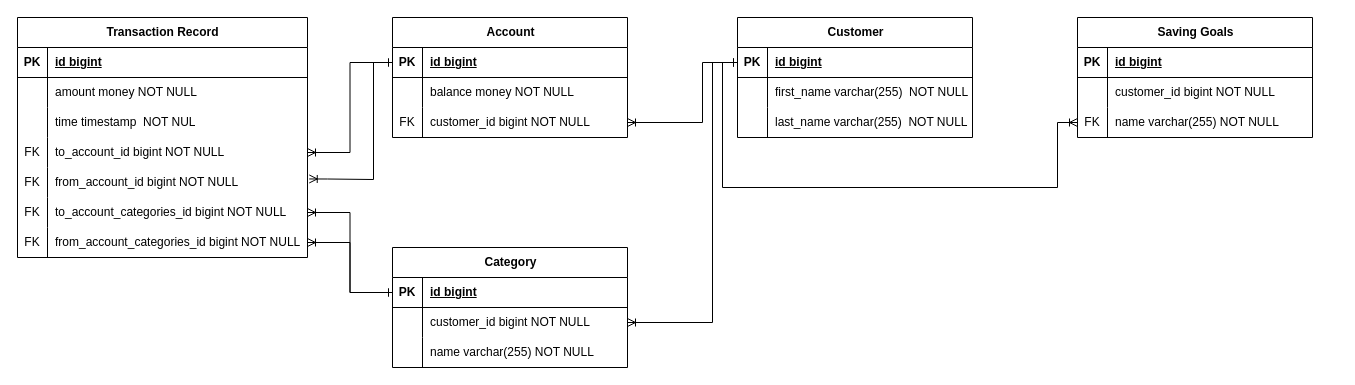
This is Untitled Diagram.drawio from jingyuan-git/CS-Notes, a draw.io file, before an edit. Source tidied: cells renumbered, new cells numbered last; positions are measured from the earlier drawing's top-left corner, leaving out a move shared by most shapes. Both pictures are drawn from the tidied source at 100%, with x=0, y=0 at pixel (17, 17).
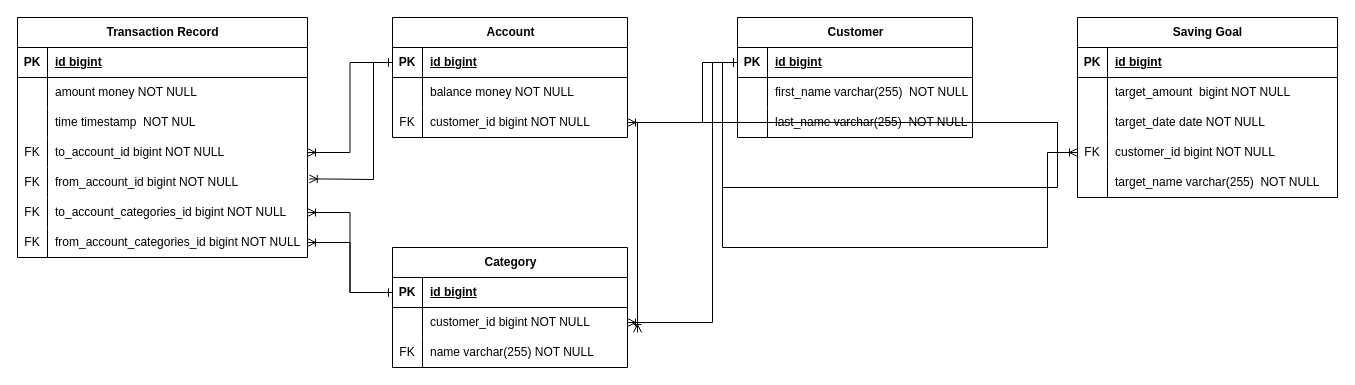
The same diagram, later.

The change refers to these unchanged cells:
```xml
<mxCell id="37" style="shape=tableRow;horizontal=0;startSize=0;swimlaneHead=0;swimlaneBody=0;fillColor=none;points=[[0,0.5],[1,0.5]];portConstraint=eastwest;top=0;left=0;right=0;bottom=1;" parent="36" vertex="1">
  <mxGeometry y="30" width="235" height="30" as="geometry" />
</mxCell>
<mxCell id="54" style="shape=tableRow;horizontal=0;startSize=0;swimlaneHead=0;swimlaneBody=0;fillColor=none;top=0;left=0;right=0;bottom=0;" parent="47" vertex="1">
  <mxGeometry y="90" width="235" height="30" as="geometry" />
</mxCell>
```

The edit, as a diff of the source:
```diff
@@
-    <mxCell id="55" style="shape=partialRectangle;fillColor=none;top=0;left=0;bottom=0;right=0;overflow=hidden;whiteSpace=wrap;html=1;" parent="54" vertex="1">
+    <mxCell id="55" value="FK" style="shape=partialRectangle;fillColor=none;top=0;left=0;bottom=0;right=0;overflow=hidden;whiteSpace=wrap;html=1;" parent="54" vertex="1">
       <mxGeometry width="30" height="30" as="geometry" />
     </mxCell>
@@
-    <mxCell id="57" value="Saving Goals" style="shape=table;startSize=30;childLayout=tableLayout;rowLines=0;fontStyle=1;align=center;html=1;" parent="1" vertex="1">
-      <mxGeometry x="1060" width="235" height="120" as="geometry" />
+    <mxCell id="57" value="Saving Goal" style="shape=table;startSize=30;childLayout=tableLayout;rowLines=0;fontStyle=1;align=center;html=1;" parent="1" vertex="1">
+      <mxGeometry x="1060" width="260" height="180" as="geometry" />
     </mxCell>
     <mxCell id="58" style="shape=tableRow;horizontal=0;startSize=0;swimlaneHead=0;swimlaneBody=0;fillColor=none;top=0;left=0;right=0;bottom=1;" parent="57" vertex="1">
-      <mxGeometry y="30" width="235" height="30" as="geometry" />
+      <mxGeometry y="30" width="260" height="30" as="geometry" />
     </mxCell>
@@
     <mxCell id="60" value="id bigint" style="shape=partialRectangle;fillColor=none;top=0;left=0;bottom=0;right=0;align=left;spacingLeft=6;fontStyle=5;overflow=hidden;whiteSpace=wrap;html=1;" parent="58" vertex="1">
-      <mxGeometry x="30" width="205" height="30" as="geometry" />
+      <mxGeometry x="30" width="230" height="30" as="geometry" />
     </mxCell>
     <mxCell id="61" style="shape=tableRow;horizontal=0;startSize=0;swimlaneHead=0;swimlaneBody=0;fillColor=none;top=0;left=0;right=0;bottom=0;" parent="57" vertex="1">
-      <mxGeometry y="60" width="235" height="30" as="geometry" />
+      <mxGeometry y="60" width="260" height="30" as="geometry" />
     </mxCell>
@@
-    <mxCell id="63" value="customer_id bigint NOT NULL" style="shape=partialRectangle;fillColor=none;top=0;left=0;bottom=0;right=0;align=left;spacingLeft=6;overflow=hidden;whiteSpace=wrap;html=1;" parent="61" vertex="1">
-      <mxGeometry x="30" width="205" height="30" as="geometry" />
+    <mxCell id="63" value="target_amount&amp;nbsp; bigint NOT NULL" style="shape=partialRectangle;fillColor=none;top=0;left=0;bottom=0;right=0;align=left;spacingLeft=6;overflow=hidden;whiteSpace=wrap;html=1;" parent="61" vertex="1">
+      <mxGeometry x="30" width="230" height="30" as="geometry" />
     </mxCell>
-    <mxCell id="64" style="shape=tableRow;horizontal=0;startSize=0;swimlaneHead=0;swimlaneBody=0;fillColor=none;points=[[0,0.5],[1,0.5]];portConstraint=eastwest;top=0;left=0;right=0;bottom=0;" parent="57" vertex="1">
-      <mxGeometry y="90" width="235" height="30" as="geometry" />
-    </mxCell>
+    <mxCell id="71" style="shape=tableRow;horizontal=0;startSize=0;swimlaneHead=0;swimlaneBody=0;fillColor=none;top=0;left=0;right=0;bottom=0;" parent="57" vertex="1">
+      <mxGeometry y="90" width="260" height="30" as="geometry" />
+    </mxCell>
+    <mxCell id="72" style="shape=partialRectangle;fillColor=none;top=0;left=0;bottom=0;right=0;overflow=hidden;whiteSpace=wrap;html=1;" parent="71" vertex="1">
+      <mxGeometry width="30" height="30" as="geometry" />
+    </mxCell>
+    <mxCell id="73" value="target_date date NOT NULL" style="shape=partialRectangle;fillColor=none;top=0;left=0;bottom=0;right=0;align=left;spacingLeft=6;overflow=hidden;whiteSpace=wrap;html=1;" parent="71" vertex="1">
+      <mxGeometry x="30" width="230" height="30" as="geometry" />
+    </mxCell>
+    <mxCell id="74" style="shape=tableRow;horizontal=0;startSize=0;swimlaneHead=0;swimlaneBody=0;fillColor=none;points=[[0,0.5],[1,0.5]];portConstraint=eastwest;top=0;left=0;right=0;bottom=0;" parent="57" vertex="1">
+      <mxGeometry y="120" width="260" height="30" as="geometry" />
+    </mxCell>
-    <mxCell id="65" value="FK" style="shape=partialRectangle;fillColor=none;top=0;left=0;bottom=0;right=0;overflow=hidden;whiteSpace=wrap;html=1;" parent="64" vertex="1">
+    <mxCell id="65" value="FK" style="shape=partialRectangle;fillColor=none;top=0;left=0;bottom=0;right=0;overflow=hidden;whiteSpace=wrap;html=1;" parent="74" vertex="1">
       <mxGeometry width="30" height="30" as="geometry" />
     </mxCell>
-    <mxCell id="66" value="name varchar(255) NOT NULL" style="shape=partialRectangle;fillColor=none;top=0;left=0;bottom=0;right=0;align=left;spacingLeft=6;overflow=hidden;whiteSpace=wrap;html=1;" parent="64" vertex="1">
-      <mxGeometry x="30" width="205" height="30" as="geometry" />
-    </mxCell>
+    <mxCell id="75" value="customer_id bigint NOT NULL" style="shape=partialRectangle;fillColor=none;top=0;left=0;bottom=0;right=0;align=left;spacingLeft=6;overflow=hidden;whiteSpace=wrap;html=1;" parent="74" vertex="1">
+      <mxGeometry x="30" width="230" height="30" as="geometry" />
+    </mxCell>
+    <mxCell id="76" style="shape=tableRow;horizontal=0;startSize=0;swimlaneHead=0;swimlaneBody=0;fillColor=none;top=0;left=0;right=0;bottom=0;" parent="57" vertex="1">
+      <mxGeometry y="150" width="260" height="30" as="geometry" />
+    </mxCell>
+    <mxCell id="77" style="shape=partialRectangle;fillColor=none;top=0;left=0;bottom=0;right=0;overflow=hidden;whiteSpace=wrap;html=1;" parent="76" vertex="1">
+      <mxGeometry width="30" height="30" as="geometry" />
+    </mxCell>
+    <mxCell id="78" value="target_name varchar(255)&amp;nbsp; NOT NULL" style="shape=partialRectangle;fillColor=none;top=0;left=0;bottom=0;right=0;align=left;spacingLeft=6;overflow=hidden;whiteSpace=wrap;html=1;" parent="76" vertex="1">
+      <mxGeometry x="30" width="230" height="30" as="geometry" />
+    </mxCell>
@@
-    <mxCell id="68" style="edgeStyle=orthogonalEdgeStyle;rounded=0;jettySize=auto;html=1;startArrow=ERoneToMany;startFill=0;endArrow=ERone;endFill=0;exitX=0;exitY=0.5;exitDx=0;exitDy=0;entryX=0;entryY=0.5;entryDx=0;entryDy=0;" parent="1" edge="1" source="64" target="37">
+    <mxCell id="68" style="edgeStyle=orthogonalEdgeStyle;rounded=0;jettySize=auto;html=1;startArrow=ERoneToMany;startFill=0;endArrow=ERone;endFill=0;exitX=0;exitY=0.5;exitDx=0;exitDy=0;entryX=0;entryY=0.5;entryDx=0;entryDy=0;" parent="1" edge="1" target="37">
       <mxGeometry relative="1" as="geometry">
+        <mxPoint x="620" y="315" as="sourcePoint" />
         <Array as="points">
           <mxPoint x="1040" y="105" />
           <mxPoint x="1040" y="170" />
           <mxPoint x="705" y="170" />
           <mxPoint x="705" y="45" />
         </Array>
       </mxGeometry>
     </mxCell>
@@
+    <mxCell id="79" style="edgeStyle=orthogonalEdgeStyle;rounded=0;jettySize=auto;html=1;entryX=0;entryY=0.5;entryDx=0;entryDy=0;startArrow=ERoneToMany;startFill=0;endArrow=ERone;endFill=0;exitX=0;exitY=0.5;exitDx=0;exitDy=0;" parent="1" edge="1" source="74" target="37">
+      <mxGeometry relative="1" as="geometry">
+        <Array as="points">
+          <mxPoint x="1030" y="135" />
+          <mxPoint x="1030" y="230" />
+          <mxPoint x="705" y="230" />
+          <mxPoint x="705" y="45" />
+        </Array>
+      </mxGeometry>
+    </mxCell>
```
